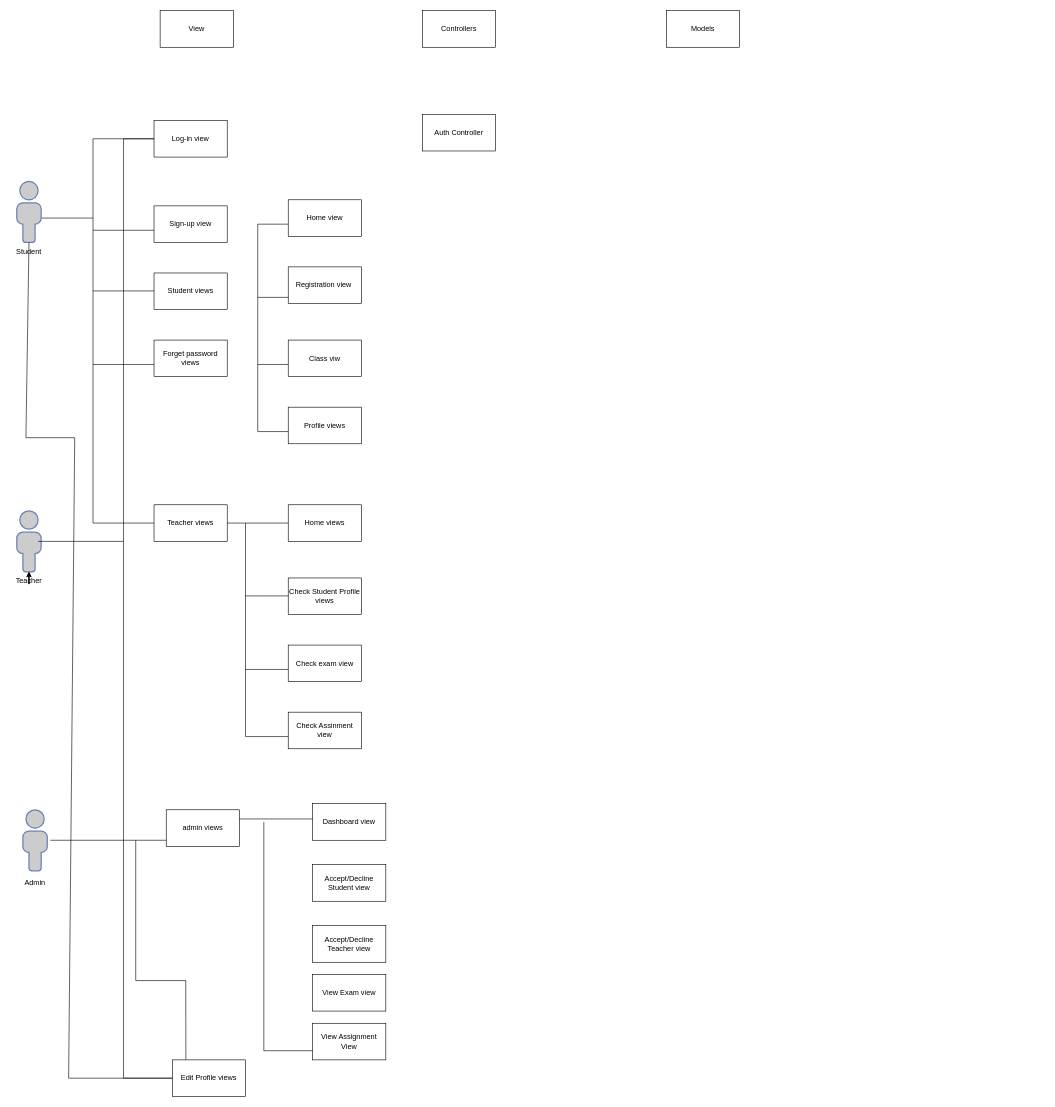
The draw.io diagram Untitled Diagram.drawio in Abbsokhan/Abbasokhan, before the edit. Source tidied: cells renumbered, new cells numbered last; positions are measured from the earlier drawing's top-left corner, leaving out a move shared by most shapes. Both pictures are drawn from the tidied source at 61%, with x=0, y=0 at pixel (10, 10).
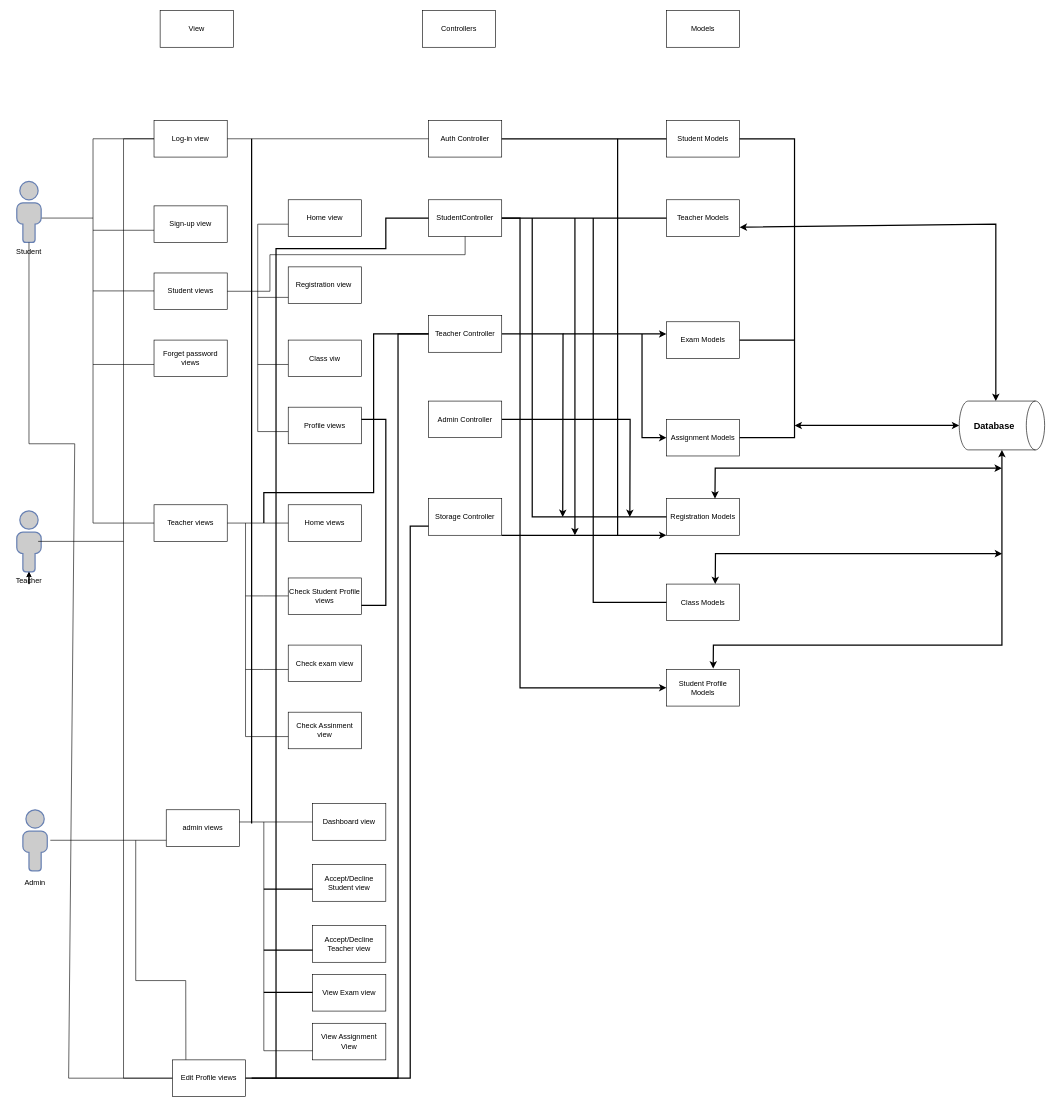
After the change.

The change refers to these unchanged cells:
```xml
<mxCell id="2" value="Student" style="text;strokeColor=none;align=center;fillColor=none;html=1;verticalAlign=middle;whiteSpace=wrap;rounded=0;" parent="1" vertex="1">
  <mxGeometry y="380" width="60" height="30" as="geometry" />
</mxCell>
<mxCell id="13" value="Log-in view" style="rounded=0;whiteSpace=wrap;html=1;shadow=0;" parent="1" vertex="1">
  <mxGeometry x="235" y="180" width="120" height="60" as="geometry" />
</mxCell>
<mxCell id="14" value="admin views" style="rounded=0;whiteSpace=wrap;html=1;shadow=0;" parent="1" vertex="1">
  <mxGeometry x="255" y="1310" width="120" height="60" as="geometry" />
</mxCell>
<mxCell id="15" value="Edit Profile views" style="rounded=0;whiteSpace=wrap;html=1;shadow=0;" parent="1" vertex="1">
  <mxGeometry x="265" y="1720" width="120" height="60" as="geometry" />
</mxCell>
<mxCell id="19" value="Student views" style="rounded=0;whiteSpace=wrap;html=1;shadow=0;" parent="1" vertex="1">
  <mxGeometry x="235" y="430" width="120" height="60" as="geometry" />
</mxCell>
<mxCell id="35" value="Check Student Profile views" style="rounded=0;whiteSpace=wrap;html=1;shadow=0;" parent="1" vertex="1">
  <mxGeometry x="455" y="930" width="120" height="60" as="geometry" />
</mxCell>
```

The edit, as a diff of the source:
```diff
@@
+    <mxCell id="53" style="edgeStyle=orthogonalEdgeStyle;rounded=0;jettySize=auto;html=1;strokeWidth=2;" parent="1" edge="1" source="26">
+      <mxGeometry relative="1" as="geometry">
+        <mxPoint x="1075" y="1110" as="targetPoint" />
+        <Array as="points">
+          <mxPoint x="835" y="340" />
+          <mxPoint x="835" y="1110" />
+        </Array>
+      </mxGeometry>
+    </mxCell>
-    <mxCell id="26" value="Auth Controller" style="rounded=0;whiteSpace=wrap;html=1;shadow=0;" parent="1" vertex="1">
-      <mxGeometry x="675" y="170" width="120" height="60" as="geometry" />
+    <mxCell id="26" value="StudentController" style="rounded=0;whiteSpace=wrap;html=1;shadow=0;" parent="1" vertex="1">
+      <mxGeometry x="685" y="310" width="120" height="60" as="geometry" />
     </mxCell>
@@
     <mxCell id="50" style="endArrow=none;html=1;rounded=0;exitX=0.5;exitY=0;exitDx=0;exitDy=0;entryX=0;entryY=0.5;entryDx=0;entryDy=0;" parent="1" edge="1" source="2" target="15">
       <mxGeometry relative="1" as="geometry">
         <Array as="points">
-          <mxPoint x="25" y="700" />
-          <mxPoint x="105" y="700" />
+          <mxPoint x="30" y="710" />
+          <mxPoint x="105" y="710" />
           <mxPoint x="95" y="1750" />
         </Array>
       </mxGeometry>
     </mxCell>
-    <mxCell id="51" style="endArrow=none;html=1;rounded=0;exitX=1;exitY=0.25;exitDx=0;exitDy=0;" parent="1" edge="1" source="14">
+    <mxCell id="51" style="endArrow=none;html=1;rounded=0;" parent="1" edge="1">
       <mxGeometry relative="1" as="geometry">
-        <mxPoint x="495" y="1325" as="targetPoint" />
+        <mxPoint x="375" y="1330" as="sourcePoint" />
+        <mxPoint x="495" y="1330" as="targetPoint" />
       </mxGeometry>
     </mxCell>
@@
+    <mxCell id="54" value="Auth Controller" style="rounded=0;whiteSpace=wrap;html=1;shadow=0;" parent="1" vertex="1">
+      <mxGeometry x="685" y="180" width="120" height="60" as="geometry" />
+    </mxCell>
+    <mxCell id="55" style="edgeStyle=orthogonalEdgeStyle;rounded=0;jettySize=auto;html=1;strokeWidth=2;" parent="1" edge="1" source="56">
+      <mxGeometry relative="1" as="geometry">
+        <mxPoint x="905" y="830" as="targetPoint" />
+      </mxGeometry>
+    </mxCell>
+    <mxCell id="56" value="Teacher Controller" style="rounded=0;whiteSpace=wrap;html=1;shadow=0;" parent="1" vertex="1">
+      <mxGeometry x="685" y="500" width="120" height="60" as="geometry" />
+    </mxCell>
+    <mxCell id="57" style="edgeStyle=orthogonalEdgeStyle;rounded=0;jettySize=auto;html=1;strokeWidth=2;" parent="1" edge="1" source="58">
+      <mxGeometry relative="1" as="geometry">
+        <mxPoint x="1015" y="830" as="targetPoint" />
+      </mxGeometry>
+    </mxCell>
+    <mxCell id="58" value="Admin Controller" style="rounded=0;whiteSpace=wrap;html=1;shadow=0;" parent="1" vertex="1">
+      <mxGeometry x="685" y="640" width="120" height="60" as="geometry" />
+    </mxCell>
+    <mxCell id="59" value="Storage Controller" style="rounded=0;whiteSpace=wrap;html=1;shadow=0;" parent="1" vertex="1">
+      <mxGeometry x="685" y="800" width="120" height="60" as="geometry" />
+    </mxCell>
+    <mxCell id="60" style="endArrow=none;html=1;rounded=0;exitX=1;exitY=0.5;exitDx=0;exitDy=0;entryX=0.5;entryY=1;entryDx=0;entryDy=0;" parent="1" edge="1" source="19" target="26">
+      <mxGeometry relative="1" as="geometry">
+        <Array as="points">
+          <mxPoint x="425" y="460" />
+          <mxPoint x="425" y="400" />
+          <mxPoint x="745" y="400" />
+        </Array>
+      </mxGeometry>
+    </mxCell>
+    <mxCell id="61" style="endArrow=none;html=1;rounded=0;exitX=1;exitY=0.5;exitDx=0;exitDy=0;entryX=0;entryY=0.5;entryDx=0;entryDy=0;" parent="1" edge="1" source="13" target="54">
+      <mxGeometry relative="1" as="geometry" />
+    </mxCell>
+    <mxCell id="62" style="endArrow=none;html=1;rounded=0;strokeWidth=2;" parent="1" edge="1">
+      <mxGeometry relative="1" as="geometry">
+        <mxPoint x="395" y="1332.4" as="sourcePoint" />
+        <mxPoint x="395" y="210" as="targetPoint" />
+      </mxGeometry>
+    </mxCell>
+    <mxCell id="63" style="endArrow=none;html=1;rounded=0;strokeWidth=2;" parent="1" edge="1">
+      <mxGeometry relative="1" as="geometry">
+        <mxPoint x="415" y="1440" as="sourcePoint" />
+        <mxPoint x="495" y="1440" as="targetPoint" />
+      </mxGeometry>
+    </mxCell>
+    <mxCell id="64" style="endArrow=none;html=1;rounded=0;strokeWidth=2;" parent="1" edge="1">
+      <mxGeometry relative="1" as="geometry">
+        <mxPoint x="415" y="1540" as="sourcePoint" />
+        <mxPoint x="495" y="1540" as="targetPoint" />
+        <Array as="points">
+          <mxPoint x="455" y="1540" />
+        </Array>
+      </mxGeometry>
+    </mxCell>
+    <mxCell id="65" style="endArrow=none;html=1;rounded=0;strokeWidth=2;" parent="1" edge="1">
+      <mxGeometry relative="1" as="geometry">
+        <mxPoint x="415" y="1609.4" as="sourcePoint" />
+        <mxPoint x="495" y="1609.4" as="targetPoint" />
+      </mxGeometry>
+    </mxCell>
+    <mxCell id="66" style="endArrow=none;html=1;rounded=0;strokeWidth=2;exitX=1;exitY=0.5;exitDx=0;exitDy=0;entryX=0;entryY=0.5;entryDx=0;entryDy=0;" parent="1" edge="1" source="15" target="56">
+      <mxGeometry relative="1" as="geometry">
+        <Array as="points">
+          <mxPoint x="635" y="1750" />
+          <mxPoint x="635" y="530" />
+        </Array>
+      </mxGeometry>
+    </mxCell>
+    <mxCell id="67" style="endArrow=none;html=1;rounded=0;strokeWidth=2;entryX=0;entryY=0.75;entryDx=0;entryDy=0;" parent="1" edge="1" target="59">
+      <mxGeometry relative="1" as="geometry">
+        <mxPoint x="395" y="1750" as="sourcePoint" />
+        <Array as="points">
+          <mxPoint x="655" y="1750" />
+          <mxPoint x="655" y="845" />
+        </Array>
+      </mxGeometry>
+    </mxCell>
+    <mxCell id="68" style="endArrow=none;html=1;rounded=0;strokeWidth=2;exitX=1;exitY=0.75;exitDx=0;exitDy=0;" parent="1" edge="1" source="35">
+      <mxGeometry relative="1" as="geometry">
+        <mxPoint x="575" y="670" as="targetPoint" />
+        <Array as="points">
+          <mxPoint x="615" y="975" />
+          <mxPoint x="615" y="850" />
+          <mxPoint x="615" y="670" />
+        </Array>
+      </mxGeometry>
+    </mxCell>
+    <mxCell id="69" style="endArrow=none;html=1;rounded=0;strokeWidth=2;entryX=0;entryY=0.5;entryDx=0;entryDy=0;" parent="1" edge="1" target="56">
+      <mxGeometry relative="1" as="geometry">
+        <mxPoint x="415" y="840" as="sourcePoint" />
+        <Array as="points">
+          <mxPoint x="415" y="790" />
+          <mxPoint x="595" y="790" />
+          <mxPoint x="595" y="530" />
+        </Array>
+      </mxGeometry>
+    </mxCell>
+    <mxCell id="70" style="endArrow=none;html=1;rounded=0;strokeWidth=2;entryX=0;entryY=0.5;entryDx=0;entryDy=0;" parent="1" edge="1" target="26">
+      <mxGeometry relative="1" as="geometry">
+        <mxPoint x="435" y="1750" as="sourcePoint" />
+        <Array as="points">
+          <mxPoint x="435" y="390" />
+          <mxPoint x="615" y="390" />
+          <mxPoint x="615" y="340" />
+        </Array>
+      </mxGeometry>
+    </mxCell>
+    <mxCell id="71" value="Student Models" style="rounded=0;whiteSpace=wrap;html=1;shadow=0;" parent="1" vertex="1">
+      <mxGeometry x="1075" y="180" width="120" height="60" as="geometry" />
+    </mxCell>
+    <mxCell id="72" value="Teacher Models" style="rounded=0;whiteSpace=wrap;html=1;shadow=0;" parent="1" vertex="1">
+      <mxGeometry x="1075" y="310" width="120" height="60" as="geometry" />
+    </mxCell>
+    <mxCell id="73" value="Registration Models" style="rounded=0;whiteSpace=wrap;html=1;shadow=0;" parent="1" vertex="1">
+      <mxGeometry x="1075" y="800" width="120" height="60" as="geometry" />
+    </mxCell>
+    <mxCell id="74" value="Exam Models" style="rounded=0;whiteSpace=wrap;html=1;shadow=0;" parent="1" vertex="1">
+      <mxGeometry x="1075" y="510" width="120" height="60" as="geometry" />
+    </mxCell>
+    <mxCell id="75" value="Assignment Models" style="rounded=0;whiteSpace=wrap;html=1;shadow=0;" parent="1" vertex="1">
+      <mxGeometry x="1075" y="670" width="120" height="60" as="geometry" />
+    </mxCell>
+    <mxCell id="76" value="Student Profile Models" style="rounded=0;whiteSpace=wrap;html=1;shadow=0;" parent="1" vertex="1">
+      <mxGeometry x="1075" y="1080" width="120" height="60" as="geometry" />
+    </mxCell>
+    <mxCell id="77" style="endArrow=none;html=1;rounded=0;strokeWidth=2;entryX=0;entryY=0.5;entryDx=0;entryDy=0;exitX=1;exitY=0.5;exitDx=0;exitDy=0;" parent="1" edge="1" source="54" target="71">
+      <mxGeometry relative="1" as="geometry" />
+    </mxCell>
+    <mxCell id="78" style="endArrow=none;html=1;rounded=0;strokeWidth=2;entryX=0;entryY=0.5;entryDx=0;entryDy=0;exitX=1;exitY=0.5;exitDx=0;exitDy=0;" parent="1" edge="1" source="26" target="72">
+      <mxGeometry relative="1" as="geometry" />
+    </mxCell>
+    <mxCell id="79" style="endArrow=none;html=1;rounded=0;strokeWidth=2;exitX=1;exitY=0.5;exitDx=0;exitDy=0;" parent="1" edge="1" source="75">
+      <mxGeometry relative="1" as="geometry">
+        <mxPoint x="1195" y="210" as="targetPoint" />
+        <Array as="points">
+          <mxPoint x="1285" y="700" />
+          <mxPoint x="1285" y="210" />
+        </Array>
+      </mxGeometry>
+    </mxCell>
+    <mxCell id="80" style="endArrow=none;html=1;rounded=0;strokeWidth=2;exitX=1;exitY=0.5;exitDx=0;exitDy=0;" parent="1" edge="1" source="74">
+      <mxGeometry relative="1" as="geometry">
+        <mxPoint x="1285" y="540" as="targetPoint" />
+      </mxGeometry>
+    </mxCell>
+    <mxCell id="81" value="Class Models" style="rounded=0;whiteSpace=wrap;html=1;shadow=0;" parent="1" vertex="1">
+      <mxGeometry x="1075" y="940" width="120" height="60" as="geometry" />
+    </mxCell>
+    <mxCell id="82" style="endArrow=none;html=1;rounded=0;strokeWidth=2;exitX=0;exitY=0.5;exitDx=0;exitDy=0;" parent="1" edge="1" source="73">
+      <mxGeometry relative="1" as="geometry">
+        <mxPoint x="855" y="340" as="targetPoint" />
+        <Array as="points">
+          <mxPoint x="855" y="830" />
+        </Array>
+      </mxGeometry>
+    </mxCell>
+    <mxCell id="83" style="endArrow=none;html=1;rounded=0;strokeWidth=2;exitX=0;exitY=0.5;exitDx=0;exitDy=0;" parent="1" edge="1" source="81">
+      <mxGeometry relative="1" as="geometry">
+        <mxPoint x="955" y="340" as="targetPoint" />
+        <Array as="points">
+          <mxPoint x="955" y="970" />
+        </Array>
+      </mxGeometry>
+    </mxCell>
+    <mxCell id="84" style="endArrow=classic;html=1;rounded=0;strokeWidth=2;" parent="1" edge="1">
+      <mxGeometry relative="1" as="geometry">
+        <mxPoint x="905" y="530" as="sourcePoint" />
+        <mxPoint x="1075" y="530" as="targetPoint" />
+      </mxGeometry>
+    </mxCell>
+    <mxCell id="85" style="endArrow=classic;html=1;rounded=0;strokeWidth=2;entryX=0;entryY=0.5;entryDx=0;entryDy=0;" parent="1" edge="1" target="75">
+      <mxGeometry relative="1" as="geometry">
+        <mxPoint x="1035" y="530" as="sourcePoint" />
+        <Array as="points">
+          <mxPoint x="1035" y="700" />
+        </Array>
+      </mxGeometry>
+    </mxCell>
+    <mxCell id="86" value="&lt;b&gt;&lt;font style=&quot;font-size: 15px;&quot;&gt;Database&lt;/font&gt;&lt;/b&gt;" style="shape=cylinder3;whiteSpace=wrap;html=1;boundedLbl=1;backgroundOutline=1;size=15;shadow=0;direction=south;" parent="1" vertex="1">
+      <mxGeometry x="1555" y="640" width="140" height="80" as="geometry" />
+    </mxCell>
+    <mxCell id="87" style="endArrow=classic;html=1;rounded=0;strokeWidth=2;exitX=1;exitY=1;exitDx=0;exitDy=0;entryX=0;entryY=1;entryDx=0;entryDy=0;" parent="1" edge="1" source="59" target="73">
+      <mxGeometry relative="1" as="geometry" />
+    </mxCell>
+    <mxCell id="88" style="endArrow=none;html=1;rounded=0;strokeWidth=2;" parent="1" edge="1">
+      <mxGeometry relative="1" as="geometry">
+        <mxPoint x="995" y="860" as="sourcePoint" />
+        <mxPoint x="995" y="210" as="targetPoint" />
+      </mxGeometry>
+    </mxCell>
+    <mxCell id="89" style="endArrow=classic;html=1;rounded=0;strokeWidth=2;" parent="1" edge="1">
+      <mxGeometry relative="1" as="geometry">
+        <mxPoint x="925" y="340" as="sourcePoint" />
+        <mxPoint x="925" y="860" as="targetPoint" />
+      </mxGeometry>
+    </mxCell>
+    <mxCell id="90" style="edgeStyle=orthogonalEdgeStyle;rounded=0;orthogonalLoop=1;jettySize=auto;html=1;exitX=1;exitY=0.5;exitDx=0;exitDy=0;exitPerimeter=0;strokeWidth=2;" parent="1" edge="1" source="86" target="86">
+      <mxGeometry relative="1" as="geometry" />
+    </mxCell>
+    <mxCell id="91" style="endArrow=classic;startArrow=classic;html=1;rounded=0;strokeWidth=2;fontSize=15;entryX=0.5;entryY=1;entryDx=0;entryDy=0;entryPerimeter=0;" parent="1" edge="1" target="86">
+      <mxGeometry relative="1" as="geometry">
+        <mxPoint x="1285" y="680" as="sourcePoint" />
+      </mxGeometry>
+    </mxCell>
+    <mxCell id="92" style="endArrow=classic;startArrow=classic;html=1;rounded=0;strokeWidth=2;fontSize=15;exitX=0.663;exitY=-0.001;exitDx=0;exitDy=0;exitPerimeter=0;" parent="1" edge="1" source="73">
+      <mxGeometry relative="1" as="geometry">
+        <mxPoint x="1625" y="750" as="targetPoint" />
+        <Array as="points">
+          <mxPoint x="1155" y="750" />
+        </Array>
+      </mxGeometry>
+    </mxCell>
+    <mxCell id="93" style="endArrow=classic;startArrow=classic;html=1;rounded=0;strokeWidth=2;fontSize=15;exitX=0.663;exitY=-0.001;exitDx=0;exitDy=0;exitPerimeter=0;" parent="1" edge="1">
+      <mxGeometry relative="1" as="geometry">
+        <mxPoint x="1155" y="940" as="sourcePoint" />
+        <mxPoint x="1625.4" y="890.1" as="targetPoint" />
+        <Array as="points">
+          <mxPoint x="1155.4" y="890.1" />
+        </Array>
+      </mxGeometry>
+    </mxCell>
+    <mxCell id="94" style="endArrow=classic;startArrow=classic;html=1;rounded=0;strokeWidth=2;fontSize=15;entryX=0.639;entryY=-0.025;entryDx=0;entryDy=0;entryPerimeter=0;" parent="1" edge="1" target="76">
+      <mxGeometry relative="1" as="geometry">
+        <mxPoint x="1625" y="720" as="sourcePoint" />
+        <Array as="points">
+          <mxPoint x="1625" y="1040" />
+          <mxPoint x="1152" y="1040" />
+        </Array>
+      </mxGeometry>
+    </mxCell>
+    <mxCell id="95" style="endArrow=classic;startArrow=classic;html=1;rounded=0;strokeWidth=2;fontSize=15;exitX=1;exitY=0.75;exitDx=0;exitDy=0;" parent="1" edge="1" source="72">
+      <mxGeometry relative="1" as="geometry">
+        <mxPoint x="1615" y="640" as="targetPoint" />
+        <Array as="points">
+          <mxPoint x="1615" y="350" />
+        </Array>
+      </mxGeometry>
+    </mxCell>
```
